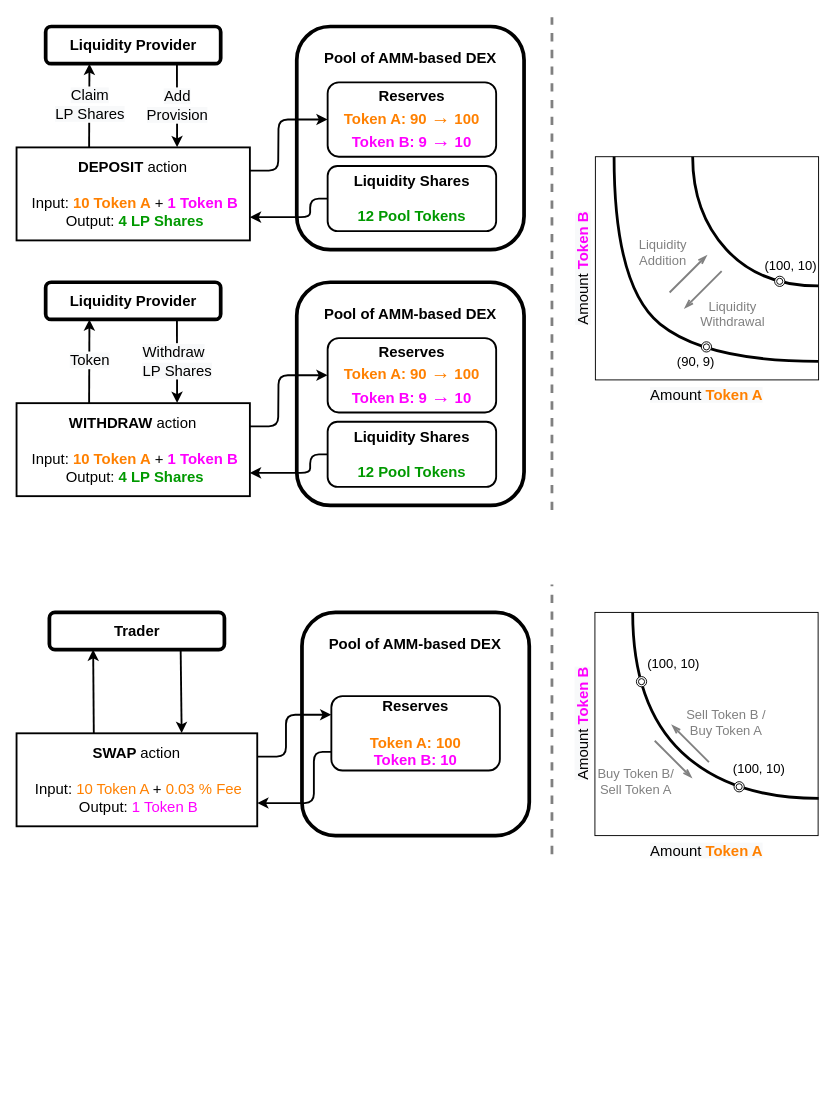
Earlier version of the draw.io diagram page "Page-2" (2 of 2) of assets/AMM mechanism.drawio (xujiahuayz/bondingcurves). Source tidied: cells renumbered, new cells numbered last; positions are measured from the earlier drawing's top-left corner, leaving out a move shared by most shapes. Both pictures are drawn from the tidied source at 93%, with x=0, y=0 at pixel (16, 17).
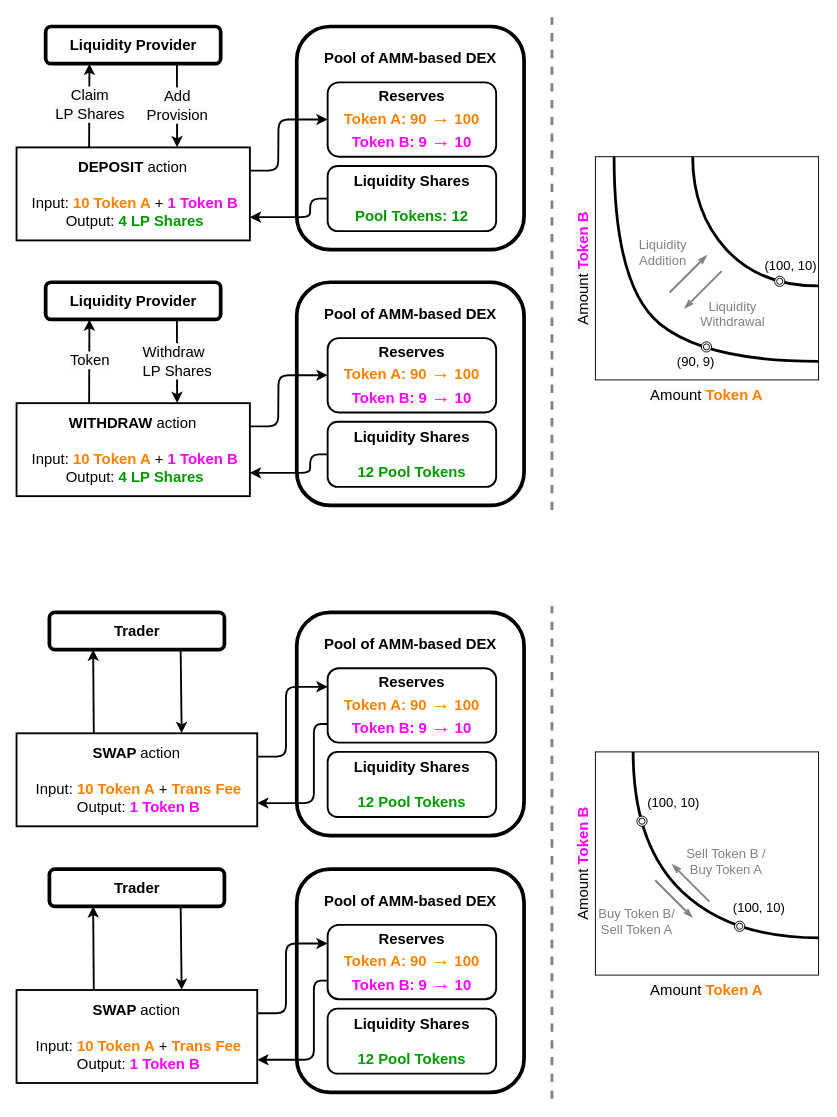
The same diagram, later.

Change to the diagram source:
```diff
@@
-    <mxCell id="7" value="&lt;b&gt;Liquidity Shares&lt;br&gt;&lt;/b&gt;&lt;br&gt;&lt;font color=&quot;#009900&quot;&gt;&lt;b&gt;12 Pool Tokens&lt;/b&gt;&lt;/font&gt;" style="rounded=1;whiteSpace=wrap;html=1;shadow=0;fontSize=16;strokeWidth=2;fillColor=none;gradientColor=none;" parent="1" vertex="1">
+    <mxCell id="7" value="&lt;b&gt;Liquidity Shares&lt;br&gt;&lt;/b&gt;&lt;br&gt;&lt;font color=&quot;#009900&quot;&gt;&lt;b&gt;Pool Tokens: 12&lt;/b&gt;&lt;/font&gt;" style="rounded=1;whiteSpace=wrap;html=1;shadow=0;fontSize=16;strokeWidth=2;fillColor=none;gradientColor=none;" parent="1" vertex="1">
       <mxGeometry x="334.8" y="160" width="181.2" height="70" as="geometry" />
     </mxCell>
@@
-    <mxCell id="16" value="&lt;div&gt;&lt;b&gt;SWAP &lt;/b&gt;action&lt;/div&gt;&lt;div&gt;&lt;br&gt;&lt;/div&gt;&lt;span style=&quot;text-align: left&quot;&gt;&amp;nbsp;Input: &lt;font color=&quot;#ff8000&quot;&gt;10 Token A&lt;/font&gt; + &lt;font color=&quot;#ff8000&quot;&gt;0.03 % Fee&lt;/font&gt;&lt;/span&gt;&lt;br style=&quot;text-align: left&quot;&gt;&lt;span style=&quot;text-align: left&quot;&gt;&amp;nbsp;Output: &lt;font color=&quot;#ff00ff&quot;&gt;1 Token B&lt;/font&gt;&lt;/span&gt;" style="rounded=0;whiteSpace=wrap;html=1;shadow=0;fontSize=16;strokeWidth=2;fillColor=none;gradientColor=none;" parent="1" vertex="1">
+    <mxCell id="16" value="&lt;div&gt;&lt;b&gt;SWAP &lt;/b&gt;action&lt;/div&gt;&lt;div&gt;&lt;br&gt;&lt;/div&gt;&lt;span style=&quot;text-align: left&quot;&gt;&amp;nbsp;Input: &lt;font color=&quot;#ff8000&quot;&gt;&lt;b&gt;10 Token A&lt;/b&gt;&lt;/font&gt; + &lt;font color=&quot;#ff8000&quot;&gt;&lt;b&gt;Trans Fee&lt;/b&gt;&lt;/font&gt;&lt;/span&gt;&lt;br style=&quot;text-align: left&quot;&gt;&lt;span style=&quot;text-align: left&quot;&gt;&amp;nbsp;Output: &lt;font color=&quot;#ff00ff&quot;&gt;&lt;b&gt;1 Token B&lt;/b&gt;&lt;/font&gt;&lt;/span&gt;" style="rounded=0;whiteSpace=wrap;html=1;shadow=0;fontSize=16;strokeWidth=2;fillColor=none;gradientColor=none;" parent="1" vertex="1">
       <mxGeometry x="0.3" y="770" width="258.8" height="100" as="geometry" />
     </mxCell>
@@
-    <mxCell id="19" style="endArrow=classic;html=1;fontSize=16;strokeWidth=2;entryX=0;entryY=0.25;entryDx=0;entryDy=0;strokeColor=default;rounded=1;exitX=1;exitY=0.25;exitDx=0;exitDy=0;" parent="1" edge="1" source="16" target="40">
+    <mxCell id="19" style="endArrow=classic;html=1;fontSize=16;strokeWidth=2;entryX=0;entryY=0.25;entryDx=0;entryDy=0;strokeColor=default;rounded=1;exitX=1;exitY=0.25;exitDx=0;exitDy=0;" parent="1" edge="1" source="16" target="58">
       <mxGeometry relative="1" as="geometry">
         <Array as="points">
           <mxPoint x="290" y="795" />
-          <mxPoint x="290" y="750" />
+          <mxPoint x="290" y="720" />
         </Array>
       </mxGeometry>
     </mxCell>
-    <mxCell id="20" style="endArrow=classic;html=1;rounded=1;fontSize=16;strokeWidth=2;entryX=1;entryY=0.75;entryDx=0;entryDy=0;exitX=0;exitY=0.75;exitDx=0;exitDy=0;" parent="1" edge="1" source="40" target="16">
+    <mxCell id="20" style="endArrow=classic;html=1;rounded=1;fontSize=16;strokeWidth=2;entryX=1;entryY=0.75;entryDx=0;entryDy=0;exitX=0;exitY=0.75;exitDx=0;exitDy=0;" parent="1" edge="1" source="58" target="16">
       <mxGeometry relative="1" as="geometry">
         <Array as="points">
-          <mxPoint x="320" y="790" />
+          <mxPoint x="320" y="760" />
           <mxPoint x="320" y="845" />
         </Array>
       </mxGeometry>
     </mxCell>
@@
     <mxCell id="29" style="whiteSpace=wrap;html=1;rounded=0;fontColor=#FF00FF;fillColor=none;" parent="1" vertex="1">
-      <mxGeometry x="622.2" y="640" width="240" height="240" as="geometry" />
+      <mxGeometry x="622.7" y="790" width="240" height="240" as="geometry" />
     </mxCell>
     <mxCell id="30" value="&lt;span style=&quot;font-family: &amp;#34;helvetica&amp;#34; ; font-size: 16px ; font-style: normal ; letter-spacing: normal ; text-indent: 0px ; text-transform: none ; word-spacing: 0px ; background-color: rgb(248 , 249 , 250) ; display: inline ; float: none&quot;&gt;Amount&lt;font color=&quot;#ff8000&quot; style=&quot;font-weight: bold&quot;&gt; Token A&lt;/font&gt;&lt;/span&gt;" style="text;whiteSpace=wrap;html=1;align=center;" parent="1" vertex="1">
-      <mxGeometry x="657.9" y="880" width="168.6" height="30" as="geometry" />
+      <mxGeometry x="658.4" y="1030" width="168.6" height="30" as="geometry" />
     </mxCell>
     <mxCell id="31" value="&lt;span style=&quot;font-family: &amp;#34;helvetica&amp;#34; ; font-size: 16px ; font-style: normal ; letter-spacing: normal ; text-indent: 0px ; text-transform: none ; word-spacing: 0px ; background-color: rgb(248 , 249 , 250) ; display: inline ; float: none&quot;&gt;Amount&lt;b style=&quot;color: rgb(255 , 0 , 255)&quot;&gt; Token B&lt;/b&gt;&lt;/span&gt;" style="text;whiteSpace=wrap;html=1;rotation=-90;align=center;" parent="1" vertex="1">
-      <mxGeometry x="532.8" y="745" width="150" height="30" as="geometry" />
+      <mxGeometry x="533.3" y="895" width="150" height="30" as="geometry" />
     </mxCell>
     <mxCell id="32" style="curved=1;endArrow=none;html=1;rounded=0;fontColor=#FF00FF;startArrow=none;startFill=0;endFill=0;strokeWidth=3;" parent="1" edge="1">
       <mxGeometry relative="1" as="geometry">
-        <mxPoint x="862.8" y="840" as="sourcePoint" />
-        <mxPoint x="662.8" y="640" as="targetPoint" />
+        <mxPoint x="863.3" y="990" as="sourcePoint" />
+        <mxPoint x="663.3" y="790" as="targetPoint" />
         <Array as="points">
-          <mxPoint x="767.8" y="840" />
-          <mxPoint x="662.8" y="740" />
+          <mxPoint x="768.3" y="990" />
+          <mxPoint x="663.3" y="890" />
         </Array>
       </mxGeometry>
     </mxCell>
     <mxCell id="33" style="ellipse;shape=doubleEllipse;whiteSpace=wrap;html=1;" parent="1" vertex="1">
-      <mxGeometry x="771.8" y="822" width="11" height="11" as="geometry" />
+      <mxGeometry x="772.3" y="972" width="11" height="11" as="geometry" />
     </mxCell>
     <mxCell id="34" value="&lt;font color=&quot;#000000&quot; style=&quot;font-size: 14px&quot;&gt;(100, 10)&lt;/font&gt;" style="text;html=1;strokeColor=none;fillColor=none;align=center;verticalAlign=middle;whiteSpace=wrap;rounded=0;labelBackgroundColor=none;fontColor=#FFFFFF;" parent="1" vertex="1">
-      <mxGeometry x="768.8" y="793" width="60" height="30" as="geometry" />
+      <mxGeometry x="769.3" y="943" width="60" height="30" as="geometry" />
     </mxCell>
     <mxCell id="35" style="endArrow=openThin;html=1;rounded=0;fillColor=#f5f5f5;strokeColor=#808080;strokeWidth=2;endFill=0;" parent="1" edge="1">
       <mxGeometry relative="1" as="geometry">
-        <mxPoint x="744.8" y="801" as="sourcePoint" />
-        <mxPoint x="704.8" y="761" as="targetPoint" />
+        <mxPoint x="745.3" y="951" as="sourcePoint" />
+        <mxPoint x="705.3" y="911" as="targetPoint" />
       </mxGeometry>
     </mxCell>
     <mxCell id="36" value="&lt;font style=&quot;font-size: 14px&quot; color=&quot;#808080&quot;&gt;Sell Token B /&lt;br&gt;Buy Token A&lt;/font&gt;" style="text;html=1;align=center;verticalAlign=middle;strokeColor=none;fillColor=none;fontColor=#000000;" parent="1" vertex="1">
-      <mxGeometry x="712.8" y="738" width="100" height="40" as="geometry" />
+      <mxGeometry x="713.3" y="888" width="100" height="40" as="geometry" />
     </mxCell>
     <mxCell id="37" style="endArrow=none;html=1;rounded=0;fillColor=#f5f5f5;strokeColor=#808080;strokeWidth=2;endFill=0;startArrow=openThin;startFill=0;" parent="1" edge="1">
       <mxGeometry relative="1" as="geometry">
-        <mxPoint x="726.5" y="818" as="sourcePoint" />
-        <mxPoint x="686.5" y="778" as="targetPoint" />
+        <mxPoint x="727" y="968" as="sourcePoint" />
+        <mxPoint x="687" y="928" as="targetPoint" />
       </mxGeometry>
     </mxCell>
     <mxCell id="38" value="&lt;font style=&quot;font-size: 14px&quot; color=&quot;#808080&quot;&gt;Buy Token B/&lt;br&gt;Sell Token A&lt;/font&gt;" style="text;html=1;align=center;verticalAlign=middle;strokeColor=none;fillColor=none;fontColor=#000000;" parent="1" vertex="1">
-      <mxGeometry x="616.2" y="802" width="100" height="40" as="geometry" />
+      <mxGeometry x="616.7" y="952" width="100" height="40" as="geometry" />
     </mxCell>
-    <mxCell id="39" value="&lt;div&gt;&lt;b&gt;Pool of AMM-based DEX&lt;/b&gt;&lt;/div&gt;&lt;div&gt;&lt;b&gt;&lt;br&gt;&lt;/b&gt;&lt;/div&gt;&lt;div&gt;&lt;b&gt;&lt;br&gt;&lt;/b&gt;&lt;/div&gt;&lt;div&gt;&lt;b&gt;&lt;br&gt;&lt;/b&gt;&lt;/div&gt;&lt;div&gt;&lt;b&gt;&lt;br&gt;&lt;/b&gt;&lt;/div&gt;&lt;div&gt;&lt;b&gt;&lt;br&gt;&lt;/b&gt;&lt;/div&gt;&lt;div&gt;&lt;b&gt;&lt;br&gt;&lt;/b&gt;&lt;/div&gt;&lt;div&gt;&lt;b&gt;&lt;br&gt;&lt;/b&gt;&lt;/div&gt;&lt;div&gt;&lt;b&gt;&lt;br&gt;&lt;/b&gt;&lt;/div&gt;&lt;div&gt;&lt;br&gt;&lt;/div&gt;" style="rounded=1;whiteSpace=wrap;html=1;shadow=0;fontSize=16;strokeWidth=4;fillColor=none;gradientColor=none;align=center;" parent="1" vertex="1">
-      <mxGeometry x="307.2" y="640" width="244.4" height="240" as="geometry" />
-    </mxCell>
-    <mxCell id="40" value="&lt;font&gt;&lt;b style=&quot;font-size: 16px&quot;&gt;Reserves&lt;br&gt;&lt;/b&gt;&lt;br&gt;&lt;b style=&quot;font-size: 16px&quot;&gt;&lt;span style=&quot;color: rgb(255 , 128 , 0)&quot;&gt;Token A: &lt;/span&gt;&lt;/b&gt;&lt;b style=&quot;font-size: 16px&quot;&gt;&lt;span style=&quot;color: rgb(255 , 128 , 0)&quot;&gt;100&lt;/span&gt;&lt;br&gt;&lt;font color=&quot;#ff00ff&quot; style=&quot;font-size: 16px&quot;&gt;Token B: &lt;/font&gt;&lt;/b&gt;&lt;b style=&quot;font-size: 16px&quot;&gt;&lt;font color=&quot;#ff00ff&quot; style=&quot;font-size: 16px&quot;&gt;10&lt;/font&gt;&lt;/b&gt;&lt;/font&gt;" style="rounded=1;whiteSpace=wrap;html=1;shadow=0;fontSize=16;strokeWidth=2;fillColor=none;gradientColor=none;" parent="1" vertex="1">
-      <mxGeometry x="338.8" y="730" width="181.2" height="80" as="geometry" />
-    </mxCell>
@@
     <mxCell id="43" style="ellipse;shape=doubleEllipse;whiteSpace=wrap;html=1;" parent="1" vertex="1">
-      <mxGeometry x="666.8" y="709" width="11" height="11" as="geometry" />
+      <mxGeometry x="667.3" y="859" width="11" height="11" as="geometry" />
     </mxCell>
     <mxCell id="44" value="&lt;font color=&quot;#000000&quot; style=&quot;font-size: 14px&quot;&gt;(100, 10)&lt;/font&gt;" style="text;html=1;strokeColor=none;fillColor=none;align=center;verticalAlign=middle;whiteSpace=wrap;rounded=0;labelBackgroundColor=none;fontColor=#FFFFFF;" parent="1" vertex="1">
-      <mxGeometry x="676.7" y="680" width="60" height="30" as="geometry" />
+      <mxGeometry x="677.2" y="830" width="60" height="30" as="geometry" />
     </mxCell>
@@
-    <mxCell id="56" style="endArrow=none;dashed=1;html=1;rounded=0;fontSize=14;fontColor=#808080;strokeColor=#808080;strokeWidth=3;fillColor=#000000;" parent="1" edge="1">
-      <mxGeometry relative="1" as="geometry">
-        <mxPoint x="576" y="900" as="sourcePoint" />
-        <mxPoint x="576" y="610" as="targetPoint" />
-      </mxGeometry>
-    </mxCell>
+    <mxCell id="57" value="&lt;div&gt;&lt;b&gt;Pool of AMM-based DEX&lt;/b&gt;&lt;/div&gt;&lt;div&gt;&lt;b&gt;&lt;br&gt;&lt;/b&gt;&lt;/div&gt;&lt;div&gt;&lt;b&gt;&lt;br&gt;&lt;/b&gt;&lt;/div&gt;&lt;div&gt;&lt;b&gt;&lt;br&gt;&lt;/b&gt;&lt;/div&gt;&lt;div&gt;&lt;b&gt;&lt;br&gt;&lt;/b&gt;&lt;/div&gt;&lt;div&gt;&lt;b&gt;&lt;br&gt;&lt;/b&gt;&lt;/div&gt;&lt;div&gt;&lt;b&gt;&lt;br&gt;&lt;/b&gt;&lt;/div&gt;&lt;div&gt;&lt;b&gt;&lt;br&gt;&lt;/b&gt;&lt;/div&gt;&lt;div&gt;&lt;b&gt;&lt;br&gt;&lt;/b&gt;&lt;/div&gt;&lt;div&gt;&lt;br&gt;&lt;/div&gt;" style="rounded=1;whiteSpace=wrap;html=1;shadow=0;fontSize=16;strokeWidth=4;fillColor=none;gradientColor=none;align=center;" parent="1" vertex="1">
+      <mxGeometry x="301.6" y="640" width="244.4" height="240" as="geometry" />
+    </mxCell>
+    <mxCell id="58" value="&lt;font&gt;&lt;b style=&quot;font-size: 16px&quot;&gt;Reserves&lt;/b&gt;&lt;br&gt;&lt;b style=&quot;font-size: 16px&quot;&gt;&lt;span style=&quot;color: rgb(255 , 128 , 0)&quot;&gt;Token A: 90&amp;nbsp;&lt;/span&gt;&lt;/b&gt;&lt;span style=&quot;font-family: &amp;#34;arial unicode ms&amp;#34; , &amp;#34;lucida sans unicode&amp;#34; , sans-serif&quot;&gt;&lt;font style=&quot;font-size: 21px&quot; color=&quot;#ff8000&quot;&gt;→&lt;/font&gt;&lt;/span&gt;&lt;b style=&quot;font-size: 16px&quot;&gt;&lt;span style=&quot;color: rgb(255 , 128 , 0)&quot;&gt;&amp;nbsp;100&lt;/span&gt;&lt;br&gt;&lt;font color=&quot;#ff00ff&quot; style=&quot;font-size: 16px&quot;&gt;Token B: 9&amp;nbsp;&lt;/font&gt;&lt;/b&gt;&lt;span style=&quot;font-family: &amp;#34;arial unicode ms&amp;#34; , &amp;#34;lucida sans unicode&amp;#34; , sans-serif&quot;&gt;&lt;font color=&quot;#ff00ff&quot; style=&quot;font-size: 21px&quot;&gt;→&lt;/font&gt;&lt;/span&gt;&lt;b style=&quot;font-size: 16px&quot;&gt;&lt;font color=&quot;#ff00ff&quot; style=&quot;font-size: 16px&quot;&gt;&amp;nbsp;10&lt;/font&gt;&lt;/b&gt;&lt;/font&gt;" style="rounded=1;whiteSpace=wrap;html=1;shadow=0;fontSize=16;strokeWidth=2;fillColor=none;gradientColor=none;" parent="1" vertex="1">
+      <mxGeometry x="334.8" y="700" width="181.2" height="80" as="geometry" />
+    </mxCell>
+    <mxCell id="59" value="&lt;b&gt;Liquidity Shares&lt;br&gt;&lt;/b&gt;&lt;br&gt;&lt;font color=&quot;#009900&quot;&gt;&lt;b&gt;12 Pool Tokens&lt;/b&gt;&lt;/font&gt;" style="rounded=1;whiteSpace=wrap;html=1;shadow=0;fontSize=16;strokeWidth=2;fillColor=none;gradientColor=none;" parent="1" vertex="1">
+      <mxGeometry x="334.8" y="790" width="181.2" height="70" as="geometry" />
+    </mxCell>
+    <mxCell id="60" value="&lt;b&gt;Trader&lt;/b&gt;" style="rounded=1;whiteSpace=wrap;html=1;shadow=0;fontSize=16;strokeWidth=4;fillColor=none;gradientColor=none;" parent="1" vertex="1">
+      <mxGeometry x="35.6" y="916" width="188.2" height="40" as="geometry" />
+    </mxCell>
+    <mxCell id="61" value="&lt;div&gt;&lt;b&gt;SWAP &lt;/b&gt;action&lt;/div&gt;&lt;div&gt;&lt;br&gt;&lt;/div&gt;&lt;span style=&quot;text-align: left&quot;&gt;&amp;nbsp;Input: &lt;font color=&quot;#ff8000&quot;&gt;&lt;b&gt;10 Token A&lt;/b&gt;&lt;/font&gt; + &lt;font color=&quot;#ff8000&quot;&gt;&lt;b&gt;Trans Fee&lt;/b&gt;&lt;/font&gt;&lt;/span&gt;&lt;br style=&quot;text-align: left&quot;&gt;&lt;span style=&quot;text-align: left&quot;&gt;&amp;nbsp;Output: &lt;font color=&quot;#ff00ff&quot;&gt;&lt;b&gt;1 Token B&lt;/b&gt;&lt;/font&gt;&lt;/span&gt;" style="rounded=0;whiteSpace=wrap;html=1;shadow=0;fontSize=16;strokeWidth=2;fillColor=none;gradientColor=none;" parent="1" vertex="1">
+      <mxGeometry x="0.3" y="1046" width="258.8" height="100" as="geometry" />
+    </mxCell>
+    <mxCell id="62" style="endArrow=classic;html=1;rounded=0;fontSize=16;strokeWidth=2;entryX=0.25;entryY=1;entryDx=0;entryDy=0;exitX=0.321;exitY=-0.002;exitDx=0;exitDy=0;exitPerimeter=0;" parent="1" edge="1" source="61" target="60">
+      <mxGeometry relative="1" as="geometry" />
+    </mxCell>
+    <mxCell id="63" style="endArrow=classic;html=1;rounded=0;fontSize=16;strokeWidth=2;entryX=0.686;entryY=-0.002;entryDx=0;entryDy=0;exitX=0.75;exitY=1;exitDx=0;exitDy=0;entryPerimeter=0;" parent="1" edge="1" source="60" target="61">
+      <mxGeometry relative="1" as="geometry" />
+    </mxCell>
+    <mxCell id="64" style="endArrow=classic;html=1;fontSize=16;strokeWidth=2;entryX=0;entryY=0.25;entryDx=0;entryDy=0;strokeColor=default;rounded=1;exitX=1;exitY=0.25;exitDx=0;exitDy=0;" parent="1" edge="1" source="61" target="67">
+      <mxGeometry relative="1" as="geometry">
+        <Array as="points">
+          <mxPoint x="290" y="1071" />
+          <mxPoint x="290" y="996" />
+        </Array>
+      </mxGeometry>
+    </mxCell>
+    <mxCell id="65" style="endArrow=classic;html=1;rounded=1;fontSize=16;strokeWidth=2;entryX=1;entryY=0.75;entryDx=0;entryDy=0;exitX=0;exitY=0.75;exitDx=0;exitDy=0;" parent="1" edge="1" source="67" target="61">
+      <mxGeometry relative="1" as="geometry">
+        <Array as="points">
+          <mxPoint x="320" y="1036" />
+          <mxPoint x="320" y="1121" />
+        </Array>
+      </mxGeometry>
+    </mxCell>
+    <mxCell id="66" value="&lt;div&gt;&lt;b&gt;Pool of AMM-based DEX&lt;/b&gt;&lt;/div&gt;&lt;div&gt;&lt;b&gt;&lt;br&gt;&lt;/b&gt;&lt;/div&gt;&lt;div&gt;&lt;b&gt;&lt;br&gt;&lt;/b&gt;&lt;/div&gt;&lt;div&gt;&lt;b&gt;&lt;br&gt;&lt;/b&gt;&lt;/div&gt;&lt;div&gt;&lt;b&gt;&lt;br&gt;&lt;/b&gt;&lt;/div&gt;&lt;div&gt;&lt;b&gt;&lt;br&gt;&lt;/b&gt;&lt;/div&gt;&lt;div&gt;&lt;b&gt;&lt;br&gt;&lt;/b&gt;&lt;/div&gt;&lt;div&gt;&lt;b&gt;&lt;br&gt;&lt;/b&gt;&lt;/div&gt;&lt;div&gt;&lt;b&gt;&lt;br&gt;&lt;/b&gt;&lt;/div&gt;&lt;div&gt;&lt;br&gt;&lt;/div&gt;" style="rounded=1;whiteSpace=wrap;html=1;shadow=0;fontSize=16;strokeWidth=4;fillColor=none;gradientColor=none;align=center;" parent="1" vertex="1">
+      <mxGeometry x="301.6" y="916" width="244.4" height="240" as="geometry" />
+    </mxCell>
+    <mxCell id="67" value="&lt;font&gt;&lt;b style=&quot;font-size: 16px&quot;&gt;Reserves&lt;/b&gt;&lt;br&gt;&lt;b style=&quot;font-size: 16px&quot;&gt;&lt;span style=&quot;color: rgb(255 , 128 , 0)&quot;&gt;Token A: 90&amp;nbsp;&lt;/span&gt;&lt;/b&gt;&lt;span style=&quot;font-family: &amp;#34;arial unicode ms&amp;#34; , &amp;#34;lucida sans unicode&amp;#34; , sans-serif&quot;&gt;&lt;font style=&quot;font-size: 21px&quot; color=&quot;#ff8000&quot;&gt;→&lt;/font&gt;&lt;/span&gt;&lt;b style=&quot;font-size: 16px&quot;&gt;&lt;span style=&quot;color: rgb(255 , 128 , 0)&quot;&gt;&amp;nbsp;100&lt;/span&gt;&lt;br&gt;&lt;font color=&quot;#ff00ff&quot; style=&quot;font-size: 16px&quot;&gt;Token B: 9&amp;nbsp;&lt;/font&gt;&lt;/b&gt;&lt;span style=&quot;font-family: &amp;#34;arial unicode ms&amp;#34; , &amp;#34;lucida sans unicode&amp;#34; , sans-serif&quot;&gt;&lt;font color=&quot;#ff00ff&quot; style=&quot;font-size: 21px&quot;&gt;→&lt;/font&gt;&lt;/span&gt;&lt;b style=&quot;font-size: 16px&quot;&gt;&lt;font color=&quot;#ff00ff&quot; style=&quot;font-size: 16px&quot;&gt;&amp;nbsp;10&lt;/font&gt;&lt;/b&gt;&lt;/font&gt;" style="rounded=1;whiteSpace=wrap;html=1;shadow=0;fontSize=16;strokeWidth=2;fillColor=none;gradientColor=none;" parent="1" vertex="1">
+      <mxGeometry x="334.8" y="976" width="181.2" height="80" as="geometry" />
+    </mxCell>
+    <mxCell id="68" value="&lt;b&gt;Liquidity Shares&lt;br&gt;&lt;/b&gt;&lt;br&gt;&lt;font color=&quot;#009900&quot;&gt;&lt;b&gt;12 Pool Tokens&lt;/b&gt;&lt;/font&gt;" style="rounded=1;whiteSpace=wrap;html=1;shadow=0;fontSize=16;strokeWidth=2;fillColor=none;gradientColor=none;" parent="1" vertex="1">
+      <mxGeometry x="334.8" y="1066" width="181.2" height="70" as="geometry" />
+    </mxCell>
+    <mxCell id="69" style="endArrow=none;dashed=1;html=1;rounded=0;fontSize=14;fontColor=#808080;strokeColor=#808080;strokeWidth=3;fillColor=#000000;" parent="1" edge="1">
+      <mxGeometry relative="1" as="geometry">
+        <mxPoint x="576" y="1163" as="sourcePoint" />
+        <mxPoint x="576" y="633" as="targetPoint" />
+      </mxGeometry>
+    </mxCell>
```
